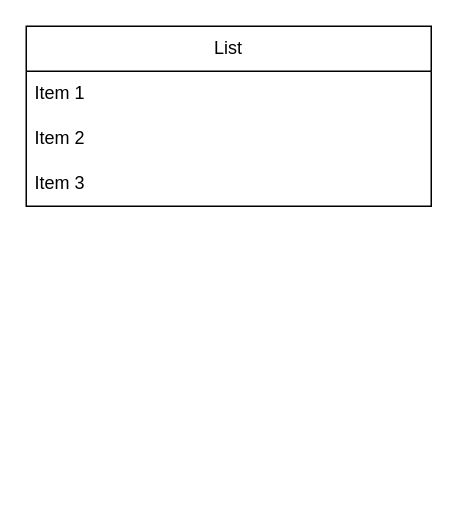
Above: Class Diagram.drawio in MinkunZhao/SE_lab1 (draw.io), before the change. Source tidied: cells renumbered, new cells numbered last; positions are measured from the earlier drawing's top-left corner, leaving out a move shared by most shapes. Both pictures are drawn from the tidied source at 150%, with x=0, y=0 at pixel (26, 26).
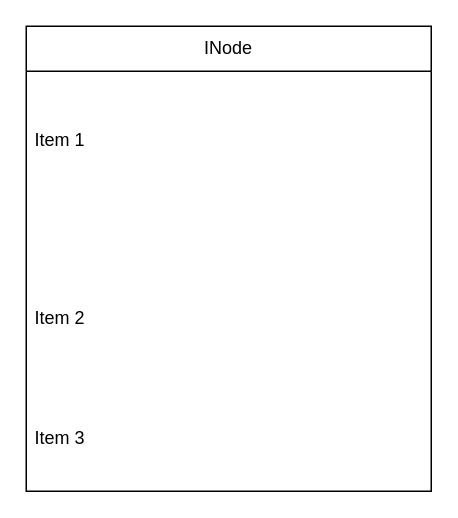
Above is the later version.

Change to the diagram source:
```diff
@@
 <mxGraphModel>
   <root>
     <mxCell id="0" />
     <mxCell id="1" parent="0" />
-    <mxCell id="2" value="List" style="swimlane;fontStyle=0;horizontal=1;startSize=30;whiteSpace=wrap;html=1;" parent="1" vertex="1">
-      <mxGeometry width="270" height="120" as="geometry" />
+    <mxCell id="2" value="INode" style="swimlane;fontStyle=0;horizontal=1;startSize=30;whiteSpace=wrap;html=1;" parent="1" vertex="1">
+      <mxGeometry width="270" height="310" as="geometry" />
     </mxCell>
-    <mxCell id="3" value="Item 1" style="text;strokeColor=none;fillColor=none;align=left;verticalAlign=middle;spacingLeft=4;spacingRight=4;overflow=hidden;whiteSpace=wrap;html=1;" parent="2" vertex="1">
-      <mxGeometry y="30" width="270" height="30" as="geometry" />
+    <mxCell id="3" value="Item 1&lt;br&gt;&lt;br&gt;&lt;br&gt;" style="text;strokeColor=none;fillColor=none;align=left;verticalAlign=middle;spacingLeft=4;spacingRight=4;overflow=hidden;whiteSpace=wrap;html=1;" parent="2" vertex="1">
+      <mxGeometry y="30" width="270" height="120" as="geometry" />
     </mxCell>
     <mxCell id="4" value="Item 2" style="text;strokeColor=none;fillColor=none;align=left;verticalAlign=middle;spacingLeft=4;spacingRight=4;overflow=hidden;whiteSpace=wrap;html=1;" parent="2" vertex="1">
-      <mxGeometry y="60" width="270" height="30" as="geometry" />
+      <mxGeometry y="150" width="270" height="90" as="geometry" />
     </mxCell>
     <mxCell id="5" value="Item 3" style="text;strokeColor=none;fillColor=none;align=left;verticalAlign=middle;spacingLeft=4;spacingRight=4;overflow=hidden;whiteSpace=wrap;html=1;" parent="2" vertex="1">
-      <mxGeometry y="90" width="270" height="30" as="geometry" />
+      <mxGeometry y="240" width="270" height="70" as="geometry" />
     </mxCell>
   </root>
 </mxGraphModel>
```
